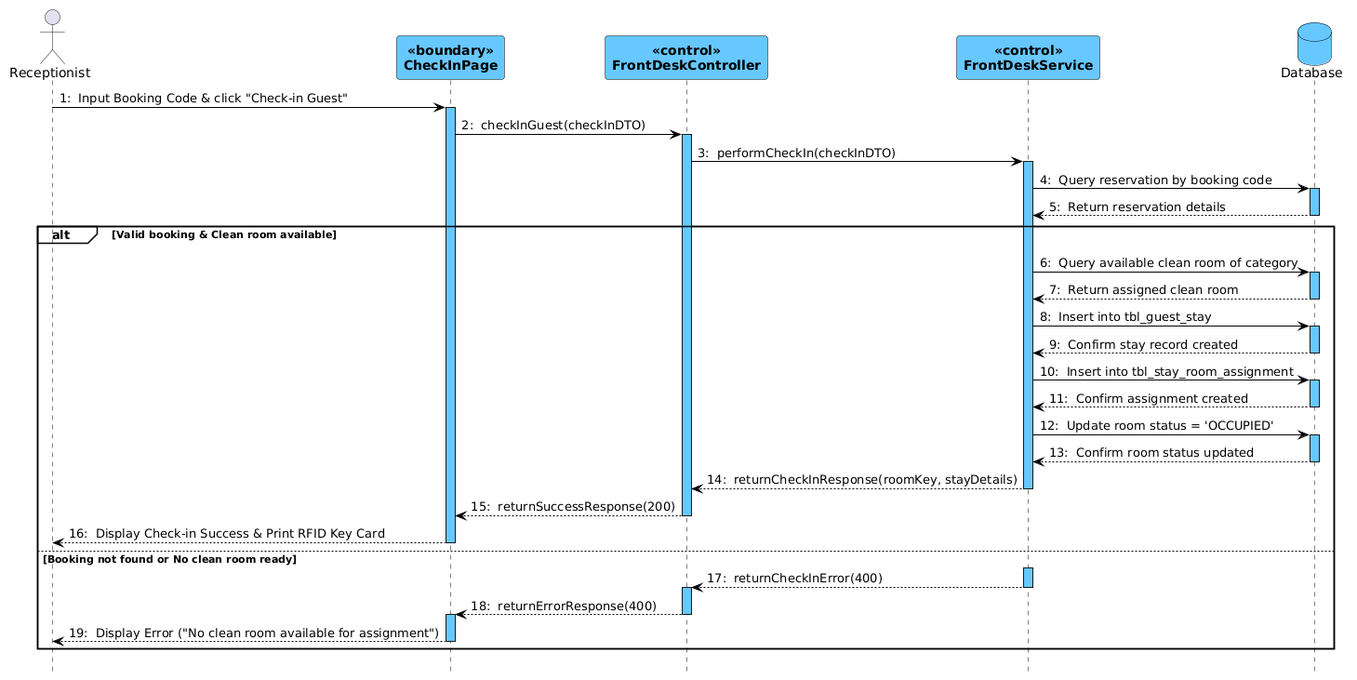
Before: docs/Class + Sequence/seq_44_checkin.png, a diagram exported from PlantUML (hieupeek/sba_doc).
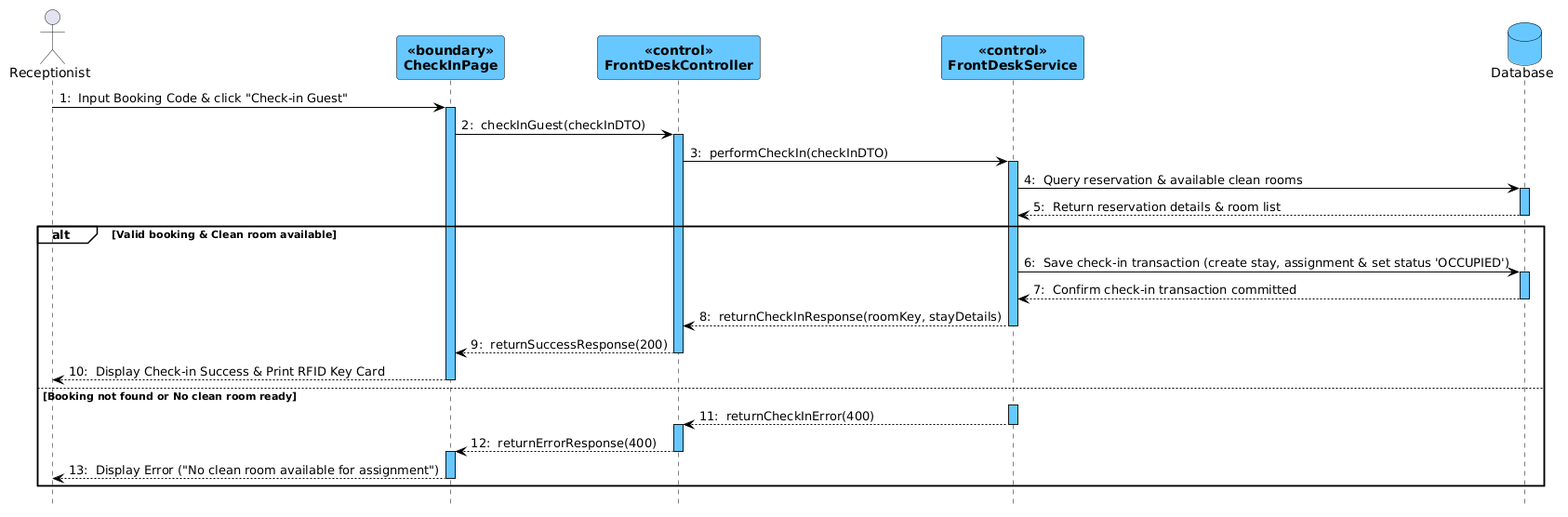
After the commit.

Commit message:
docs: streamline database interactions to transaction-level operations in sequence diagrams

Diff of the diagram source:
```diff
@@ -38,30 +38,15 @@
 FrontDeskController -> FrontDeskService : performCheckIn(checkInDTO)
 activate FrontDeskService
 
-FrontDeskService -> Database : Query reservation by booking code
+FrontDeskService -> Database : Query reservation & available clean rooms
 activate Database
-Database --> FrontDeskService : Return reservation details
+Database --> FrontDeskService : Return reservation details & room list
 deactivate Database
 
 alt Valid booking & Clean room available
-    FrontDeskService -> Database : Query available clean room of category
+    FrontDeskService -> Database : Save check-in transaction (create stay, assignment & set status 'OCCUPIED')
     activate Database
-    Database --> FrontDeskService : Return assigned clean room
-    deactivate Database
-
-    FrontDeskService -> Database : Insert into tbl_guest_stay
-    activate Database
-    Database --> FrontDeskService : Confirm stay record created
-    deactivate Database
-
-    FrontDeskService -> Database : Insert into tbl_stay_room_assignment
-    activate Database
-    Database --> FrontDeskService : Confirm assignment created
-    deactivate Database
-
-    FrontDeskService -> Database : Update room status = 'OCCUPIED'
-    activate Database
-    Database --> FrontDeskService : Confirm room status updated
+    Database --> FrontDeskService : Confirm check-in transaction committed
     deactivate Database
 
     FrontDeskService --> FrontDeskController : returnCheckInResponse(roomKey, stayDetails)
```
